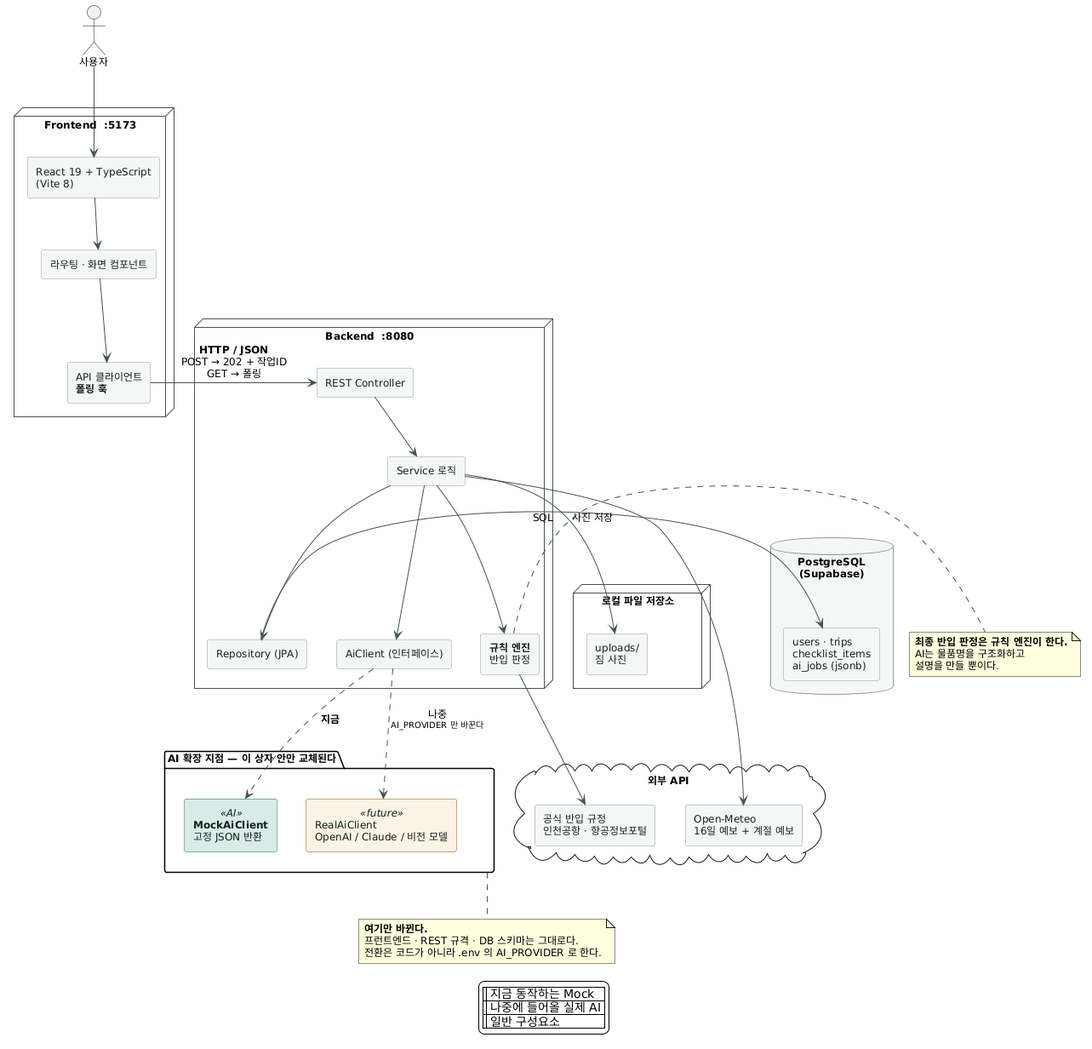
SangMyeong5426/skala-mini-ai-web-service keeps this PlantUML diagram as docs/images/04-architecture.png. Above is the earlier version. The source it was exported from:
```plantuml
@startuml

skinparam backgroundColor #FFFFFF
skinparam shadowing false
skinparam defaultFontName "Apple SD Gothic Neo"
skinparam defaultFontSize 12
skinparam ArrowColor #46524E
skinparam componentStyle rectangle

skinparam component {
  BackgroundColor #F5F7F6
  BorderColor #8A9A94
  FontColor #14201C
  BackgroundColor<<AI>> #D9EAE6
  BorderColor<<AI>> #0D6455
  BackgroundColor<<future>> #FBF3E4
  BorderColor<<future>> #8D5606
}
skinparam node {
  BackgroundColor #FFFFFF
  BorderColor #46524E
}
skinparam database {
  BackgroundColor #F5F7F6
  BorderColor #8A9A94
}

actor "사용자" as USER

node "Frontend  :5173" as FE {
  component "React 19 + TypeScript\n(Vite 8)" as FEAPP
  component "라우팅 · 화면 컴포넌트" as FEUI
  component "API 클라이언트\n**폴링 훅**" as FEAPI
}

node "Backend  :8080" as BE {
  component "REST Controller" as CTRL
  component "Service 로직" as SVC
  component "Repository (JPA)" as REPO
  component "**규칙 엔진**\n반입 판정" as RULE
  component "AiClient (인터페이스)" as IFACE
}

package "AI 확장 지점 — 이 상자 안만 교체된다" as AIBOX #FEFEFE {
  component "**MockAiClient**\n고정 JSON 반환" as MOCK <<AI>>
  component "RealAiClient\nOpenAI / Claude / 비전 모델" as REAL <<future>>
}

database "PostgreSQL\n(Supabase)" as DB {
  component "users · trips\nchecklist_items\nai_jobs (jsonb)" as TABLES
}

node "로컬 파일 저장소" as FILES {
  component "uploads/\n짐 사진" as UP
}

cloud "외부 API" as EXT {
  component "Open-Meteo\n16일 예보 + 계절 예보" as WEATHER
  component "공식 반입 규정\n인천공항 · 항공정보포털" as RULES
}

USER --> FEAPP
FEAPP --> FEUI
FEUI --> FEAPI

FEAPI -right-> CTRL : **HTTP / JSON**\nPOST → 202 + 작업ID\nGET → 폴링
CTRL --> SVC
SVC --> REPO
SVC --> RULE
SVC --> IFACE
REPO -right-> TABLES : SQL
SVC --> UP : 사진 저장

IFACE ..> MOCK : **지금**
IFACE ..> REAL : 나중\n<size:10>AI_PROVIDER 만 바꾼다</size>

SVC --> WEATHER
RULE --> RULES

note bottom of AIBOX
  **여기만 바뀐다.**
  프런트엔드 · REST 규격 · DB 스키마는 그대로다.
  전환은 코드가 아니라 .env 의 AI_PROVIDER 로 한다.
end note

note right of RULE
  **최종 반입 판정은 규칙 엔진이 한다.**
  AI는 물품명을 구조화하고
  설명을 만들 뿐이다.
end note

legend bottom
  |<#D9EAE6>| 지금 동작하는 Mock |
  |<#FBF3E4>| 나중에 들어올 실제 AI |
  |<#F5F7F6>| 일반 구성요소 |
endlegend
@enduml
```
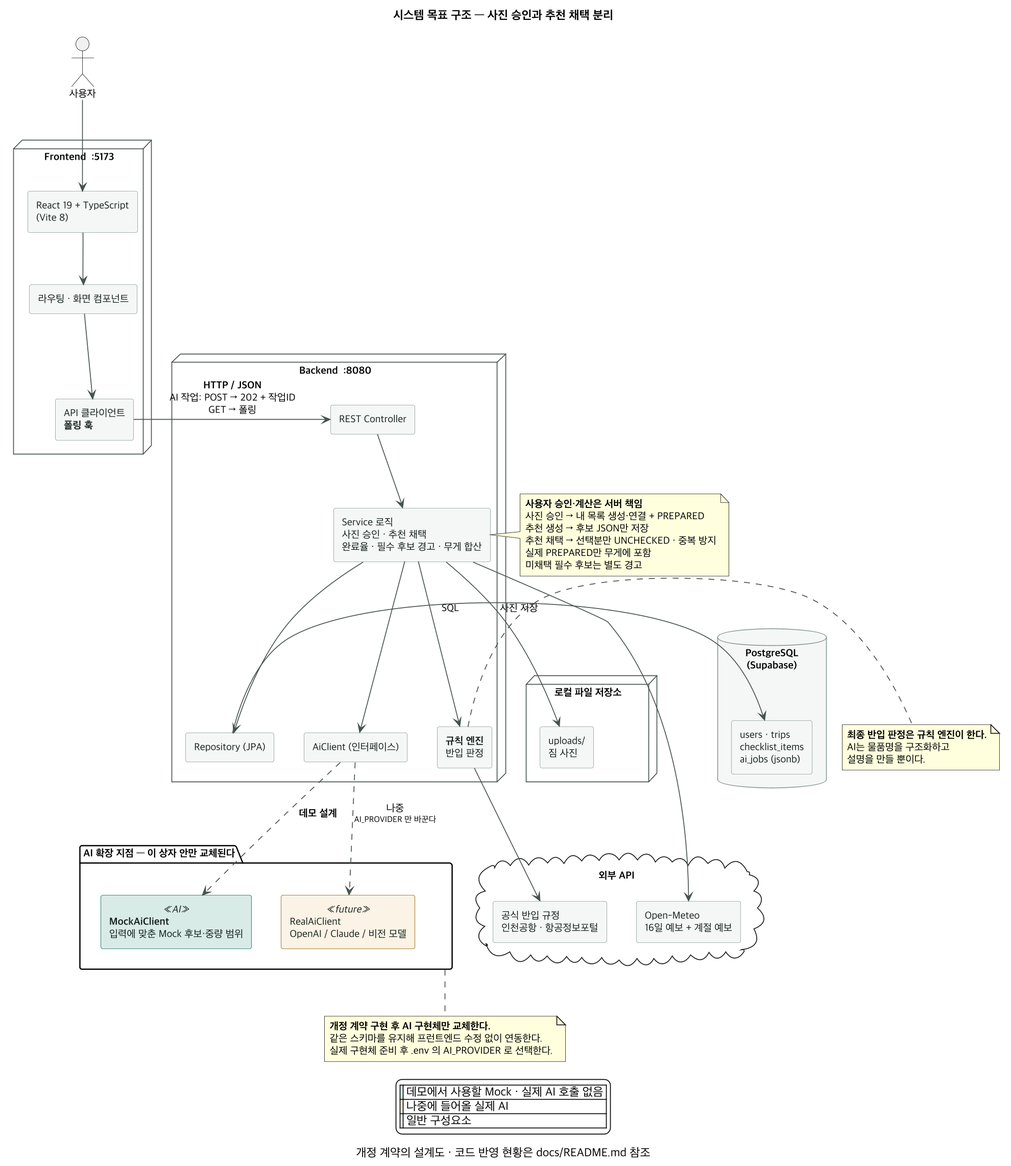
Above is the later version.

What changed in the source:
```diff
@@ -1,11 +1,14 @@
-@startuml
+@startuml 04-architecture
 
 skinparam backgroundColor #FFFFFF
+skinparam dpi 160
 skinparam shadowing false
 skinparam defaultFontName "Apple SD Gothic Neo"
 skinparam defaultFontSize 12
 skinparam ArrowColor #46524E
 skinparam componentStyle rectangle
+title 시스템 목표 구조 — 사진 승인과 추천 채택 분리
+caption 개정 계약의 설계도 · 코드 반영 현황은 docs/README.md 참조
 
 skinparam component {
   BackgroundColor #F5F7F6
@@ -35,14 +38,14 @@
 
 node "Backend  :8080" as BE {
   component "REST Controller" as CTRL
-  component "Service 로직" as SVC
+  component "Service 로직\n사진 승인 · 추천 채택\n완료율 · 필수 후보 경고 · 무게 합산" as SVC
   component "Repository (JPA)" as REPO
   component "**규칙 엔진**\n반입 판정" as RULE
   component "AiClient (인터페이스)" as IFACE
 }
 
 package "AI 확장 지점 — 이 상자 안만 교체된다" as AIBOX #FEFEFE {
-  component "**MockAiClient**\n고정 JSON 반환" as MOCK <<AI>>
+  component "**MockAiClient**\n입력에 맞춘 Mock 후보·중량 범위" as MOCK <<AI>>
   component "RealAiClient\nOpenAI / Claude / 비전 모델" as REAL <<future>>
 }
 
@@ -63,7 +66,7 @@
 FEAPP --> FEUI
 FEUI --> FEAPI
 
-FEAPI -right-> CTRL : **HTTP / JSON**\nPOST → 202 + 작업ID\nGET → 폴링
+FEAPI -right-> CTRL : **HTTP / JSON**\nAI 작업: POST → 202 + 작업ID\nGET → 폴링
 CTRL --> SVC
 SVC --> REPO
 SVC --> RULE
@@ -71,16 +74,25 @@
 REPO -right-> TABLES : SQL
 SVC --> UP : 사진 저장
 
-IFACE ..> MOCK : **지금**
+IFACE ..> MOCK : **데모 설계**
 IFACE ..> REAL : 나중\n<size:10>AI_PROVIDER 만 바꾼다</size>
 
 SVC --> WEATHER
 RULE --> RULES
 
 note bottom of AIBOX
-  **여기만 바뀐다.**
-  프런트엔드 · REST 규격 · DB 스키마는 그대로다.
-  전환은 코드가 아니라 .env 의 AI_PROVIDER 로 한다.
+  **개정 계약 구현 후 AI 구현체만 교체한다.**
+  같은 스키마를 유지해 프런트엔드 수정 없이 연동한다.
+  실제 구현체 준비 후 .env 의 AI_PROVIDER 로 선택한다.
+end note
+
+note left of SVC
+  **사용자 승인·계산은 서버 책임**
+  사진 승인 → 내 목록 생성·연결 + PREPARED
+  추천 생성 → 후보 JSON만 저장
+  추천 채택 → 선택분만 UNCHECKED · 중복 방지
+  실제 PREPARED만 무게에 포함
+  미채택 필수 후보는 별도 경고
 end note
 
 note right of RULE
@@ -90,8 +102,9 @@
 end note
 
 legend bottom
-  |<#D9EAE6>| 지금 동작하는 Mock |
+  |<#D9EAE6>| 데모에서 사용할 Mock · 실제 AI 호출 없음 |
   |<#FBF3E4>| 나중에 들어올 실제 AI |
   |<#F5F7F6>| 일반 구성요소 |
 endlegend
+
 @enduml
```
